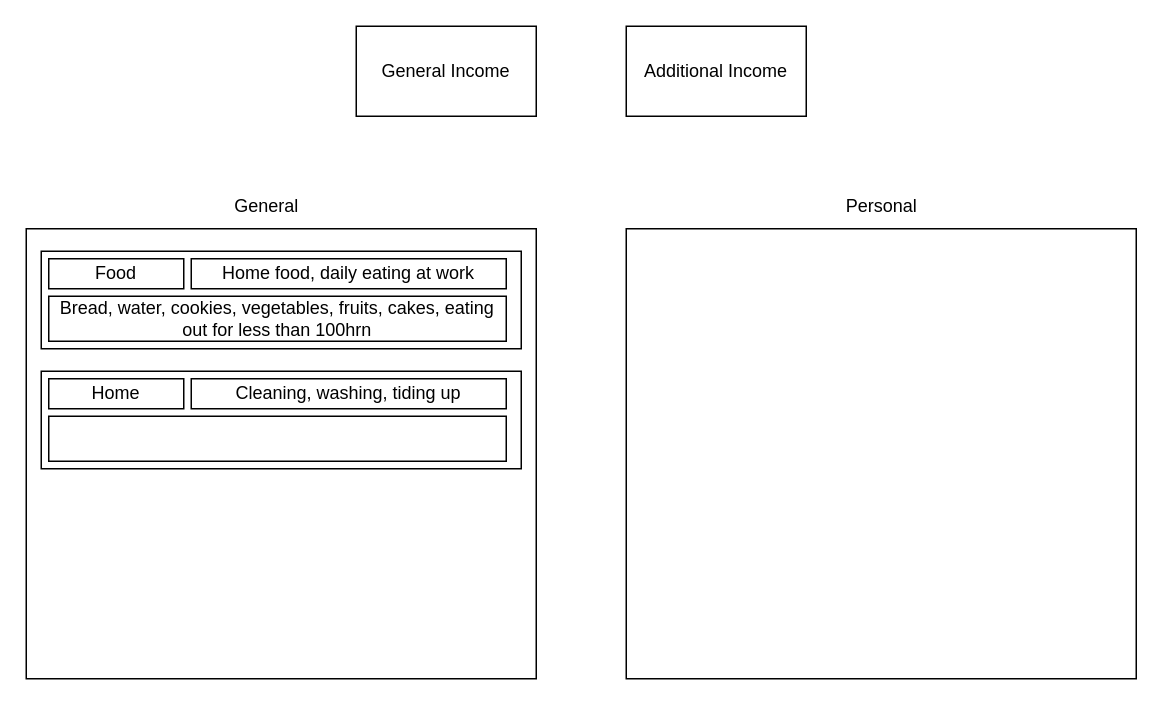
Above: bgt.drawio in FedosovMax/diagrams (draw.io), before the change. Source tidied: cells renumbered, new cells numbered last; positions are measured from the earlier drawing's top-left corner, leaving out a move shared by most shapes. Both pictures are drawn from the tidied source at 150%, with x=0, y=0 at pixel (26, 26).
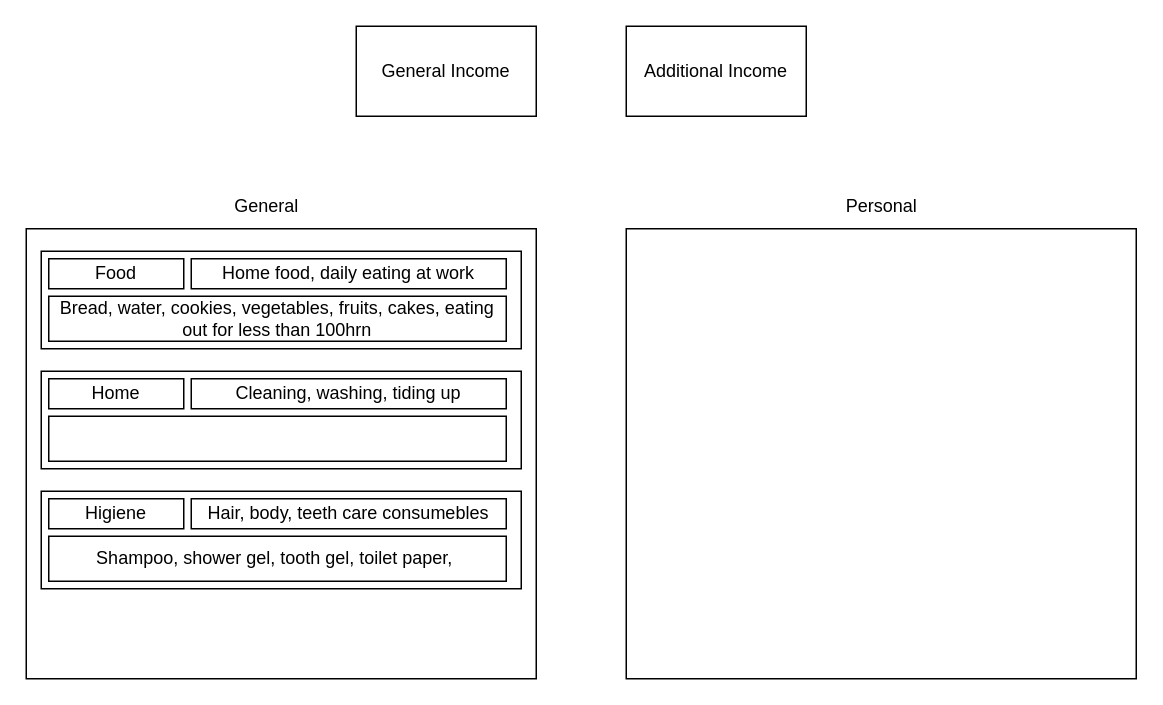
After the change.

The edit, as a diff of the source:
```diff
@@
 <mxGraphModel>
   <root>
     <mxCell id="0" />
     <mxCell id="1" parent="0" />
     <mxCell id="2" style="rounded=0;whiteSpace=wrap;html=1;" parent="1" vertex="1">
       <mxGeometry y="135" width="340" height="300" as="geometry" />
     </mxCell>
     <mxCell id="3" style="rounded=0;whiteSpace=wrap;html=1;" parent="1" vertex="1">
       <mxGeometry x="400" y="135" width="340" height="300" as="geometry" />
     </mxCell>
     <mxCell id="4" value="General" style="text;html=1;align=center;verticalAlign=middle;" parent="1" vertex="1">
       <mxGeometry x="130" y="110" width="60" height="20" as="geometry" />
     </mxCell>
     <mxCell id="5" value="Personal" style="text;html=1;align=center;verticalAlign=middle;" parent="1" vertex="1">
       <mxGeometry x="535" y="110" width="70" height="20" as="geometry" />
     </mxCell>
     <mxCell id="6" value="General Income" style="rounded=0;whiteSpace=wrap;html=1;" parent="1" vertex="1">
       <mxGeometry x="220" width="120" height="60" as="geometry" />
     </mxCell>
     <mxCell id="7" value="Additional Income" style="rounded=0;whiteSpace=wrap;html=1;" parent="1" vertex="1">
       <mxGeometry x="400" width="120" height="60" as="geometry" />
     </mxCell>
     <mxCell id="8" style="rounded=0;whiteSpace=wrap;html=1;" parent="1" vertex="1">
       <mxGeometry x="10" y="150" width="320" height="65" as="geometry" />
     </mxCell>
     <mxCell id="9" value="Food" style="rounded=0;whiteSpace=wrap;html=1;" parent="1" vertex="1">
       <mxGeometry x="15" y="155" width="90" height="20" as="geometry" />
     </mxCell>
     <mxCell id="10" value="Home food, daily eating at work" style="rounded=0;whiteSpace=wrap;html=1;" parent="1" vertex="1">
       <mxGeometry x="110" y="155" width="210" height="20" as="geometry" />
     </mxCell>
     <mxCell id="11" value="Bread, water, cookies, vegetables, fruits, cakes, eating out for less than 100hrn" style="rounded=0;whiteSpace=wrap;html=1;" parent="1" vertex="1">
       <mxGeometry x="15" y="180" width="305" height="30" as="geometry" />
     </mxCell>
     <mxCell id="12" style="rounded=0;whiteSpace=wrap;html=1;" parent="1" vertex="1">
       <mxGeometry x="10" y="230" width="320" height="65" as="geometry" />
     </mxCell>
     <mxCell id="13" value="Home" style="rounded=0;whiteSpace=wrap;html=1;" parent="1" vertex="1">
       <mxGeometry x="15" y="235" width="90" height="20" as="geometry" />
     </mxCell>
     <mxCell id="14" value="Cleaning, washing, tiding up" style="rounded=0;whiteSpace=wrap;html=1;" parent="1" vertex="1">
       <mxGeometry x="110" y="235" width="210" height="20" as="geometry" />
     </mxCell>
     <mxCell id="15" style="rounded=0;whiteSpace=wrap;html=1;" parent="1" vertex="1">
       <mxGeometry x="15" y="260" width="305" height="30" as="geometry" />
     </mxCell>
+    <mxCell id="16" style="rounded=0;whiteSpace=wrap;html=1;" parent="1" vertex="1">
+      <mxGeometry x="10" y="310" width="320" height="65" as="geometry" />
+    </mxCell>
+    <mxCell id="17" value="Higiene" style="rounded=0;whiteSpace=wrap;html=1;" parent="1" vertex="1">
+      <mxGeometry x="15" y="315" width="90" height="20" as="geometry" />
+    </mxCell>
+    <mxCell id="18" value="Hair, body, teeth care consumebles" style="rounded=0;whiteSpace=wrap;html=1;" parent="1" vertex="1">
+      <mxGeometry x="110" y="315" width="210" height="20" as="geometry" />
+    </mxCell>
+    <mxCell id="19" value="Shampoo, shower gel, tooth gel, toilet paper,&amp;nbsp; " style="rounded=0;whiteSpace=wrap;html=1;" parent="1" vertex="1">
+      <mxGeometry x="15" y="340" width="305" height="30" as="geometry" />
+    </mxCell>
   </root>
 </mxGraphModel>
```
